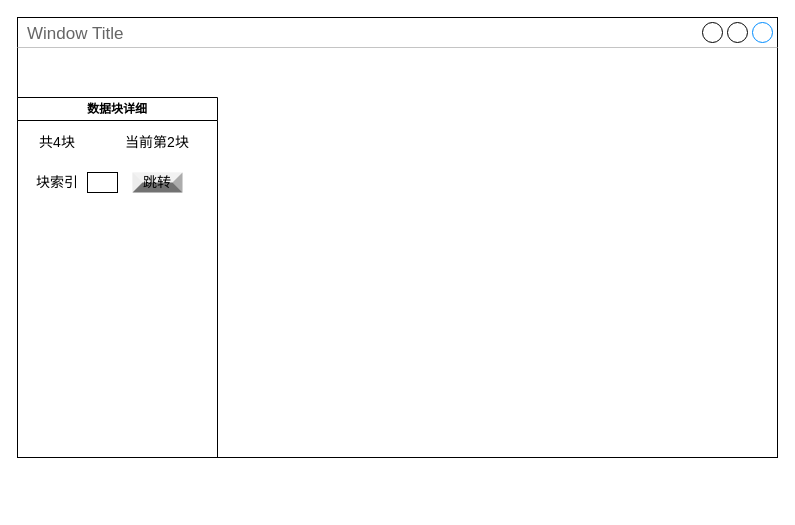
Above: 未命名绘图.drawio in LXX1029/process (draw.io), before the change. Source tidied: cells renumbered, new cells numbered last; positions are measured from the earlier drawing's top-left corner, leaving out a move shared by most shapes. Both pictures are drawn from the tidied source at 100%, with x=0, y=0 at pixel (17, 17).
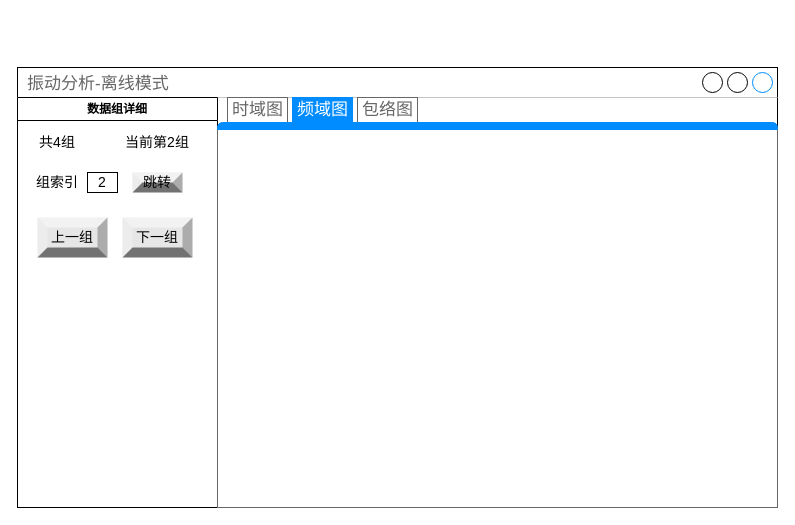
After the change.

Commit message:
更新未命名绘图.drawio

What changed in the source:
```diff
@@
 <mxGraphModel>
   <root>
     <mxCell id="0" />
     <mxCell id="1" parent="0" />
-    <mxCell id="2" value="Window Title" style="strokeWidth=1;shadow=0;dashed=0;align=center;html=1;shape=mxgraph.mockup.containers.window;align=left;verticalAlign=top;spacingLeft=8;strokeColor2=#008cff;strokeColor3=#c4c4c4;fontColor=#666666;mainText=;fontSize=17;labelBackgroundColor=none;" parent="1" vertex="1">
-      <mxGeometry width="760" height="440" as="geometry" />
+    <mxCell id="2" value="振动分析-离线模式" style="strokeWidth=1;shadow=0;dashed=0;align=center;html=1;shape=mxgraph.mockup.containers.window;align=left;verticalAlign=top;spacingLeft=8;strokeColor2=#008cff;strokeColor3=#c4c4c4;fontColor=#666666;mainText=;fontSize=17;labelBackgroundColor=none;" parent="1" vertex="1">
+      <mxGeometry y="50" width="760" height="440" as="geometry" />
     </mxCell>
-    <mxCell id="3" value="数据块详细" style="swimlane;whiteSpace=wrap;html=1;startSize=23;" parent="1" vertex="1">
-      <mxGeometry y="80" width="200" height="360" as="geometry" />
+    <mxCell id="3" value="数据组详细" style="swimlane;whiteSpace=wrap;html=1;startSize=23;" parent="1" vertex="1">
+      <mxGeometry y="80" width="200" height="410" as="geometry" />
     </mxCell>
-    <mxCell id="4" value="当前第2块" style="text;html=1;strokeColor=none;fillColor=none;align=center;verticalAlign=middle;whiteSpace=wrap;rounded=0;fontSize=14;" parent="3" vertex="1">
+    <mxCell id="4" value="当前第2组" style="text;html=1;strokeColor=none;fillColor=none;align=center;verticalAlign=middle;whiteSpace=wrap;rounded=0;fontSize=14;" parent="3" vertex="1">
       <mxGeometry x="90" y="30" width="100" height="30" as="geometry" />
     </mxCell>
     <mxCell id="5" value="跳转" style="labelPosition=center;verticalLabelPosition=middle;align=center;html=1;shape=mxgraph.basic.shaded_button;dx=10;fillColor=#E6E6E6;strokeColor=none;whiteSpace=wrap;fontSize=14;" parent="3" vertex="1">
       <mxGeometry x="115" y="75" width="50" height="20" as="geometry" />
     </mxCell>
+    <mxCell id="9" value="上一组" style="labelPosition=center;verticalLabelPosition=middle;align=center;html=1;shape=mxgraph.basic.shaded_button;dx=10;fillColor=#E6E6E6;strokeColor=none;whiteSpace=wrap;fontSize=14;" parent="3" vertex="1">
+      <mxGeometry x="20" y="120" width="70" height="40" as="geometry" />
+    </mxCell>
+    <mxCell id="10" value="下一组" style="labelPosition=center;verticalLabelPosition=middle;align=center;html=1;shape=mxgraph.basic.shaded_button;dx=10;fillColor=#E6E6E6;strokeColor=none;whiteSpace=wrap;fontSize=14;" parent="3" vertex="1">
+      <mxGeometry x="105" y="120" width="70" height="40" as="geometry" />
+    </mxCell>
-    <mxCell id="6" value="共4块" style="text;html=1;strokeColor=none;fillColor=none;align=center;verticalAlign=middle;whiteSpace=wrap;rounded=0;fontSize=14;" parent="1" vertex="1">
-      <mxGeometry x="10" y="110" width="60" height="30" as="geometry" />
+    <mxCell id="6" value="共4组" style="text;html=1;strokeColor=none;fillColor=none;align=center;verticalAlign=middle;whiteSpace=wrap;rounded=0;fontSize=14;" parent="3" vertex="1">
+      <mxGeometry x="10" y="30" width="60" height="30" as="geometry" />
     </mxCell>
+    <mxCell id="8" value="2" style="rounded=0;whiteSpace=wrap;html=1;fontSize=14;" parent="3" vertex="1">
+      <mxGeometry x="70" y="75" width="30" height="20" as="geometry" />
+    </mxCell>
-    <mxCell id="7" value="块索引" style="text;html=1;strokeColor=none;fillColor=none;align=center;verticalAlign=middle;whiteSpace=wrap;rounded=0;fontSize=14;" parent="1" vertex="1">
+    <mxCell id="7" value="组索引" style="text;html=1;strokeColor=none;fillColor=none;align=center;verticalAlign=middle;whiteSpace=wrap;rounded=0;fontSize=14;" parent="1" vertex="1">
       <mxGeometry x="10" y="150" width="60" height="30" as="geometry" />
     </mxCell>
-    <mxCell id="8" style="rounded=0;whiteSpace=wrap;html=1;fontSize=14;" parent="1" vertex="1">
-      <mxGeometry x="70" y="155" width="30" height="20" as="geometry" />
-    </mxCell>
+    <mxCell id="11" style="strokeWidth=1;shadow=0;dashed=0;align=center;html=1;shape=mxgraph.mockup.containers.marginRect2;rectMarginTop=32;strokeColor=#666666;gradientColor=none;fontSize=14;" parent="1" vertex="1">
+      <mxGeometry x="200" y="80" width="560" height="410" as="geometry" />
+    </mxCell>
+    <mxCell id="12" value="时域图" style="strokeColor=inherit;fillColor=inherit;gradientColor=inherit;strokeWidth=1;shadow=0;dashed=0;align=center;html=1;shape=mxgraph.mockup.containers.rrect;rSize=0;fontSize=17;fontColor=#666666;gradientColor=none;" parent="11" vertex="1">
+      <mxGeometry width="60" height="25" relative="1" as="geometry">
+        <mxPoint x="10" as="offset" />
+      </mxGeometry>
+    </mxCell>
+    <mxCell id="13" value="频域图" style="strokeWidth=1;shadow=0;dashed=0;align=center;html=1;shape=mxgraph.mockup.containers.rrect;rSize=0;fontSize=17;fontColor=#ffffff;strokeColor=#008cff;fillColor=#008cff;" parent="11" vertex="1">
+      <mxGeometry width="60" height="25" relative="1" as="geometry">
+        <mxPoint x="75" as="offset" />
+      </mxGeometry>
+    </mxCell>
+    <mxCell id="14" value="包络图" style="strokeColor=inherit;fillColor=inherit;gradientColor=inherit;strokeWidth=1;shadow=0;dashed=0;align=center;html=1;shape=mxgraph.mockup.containers.rrect;rSize=0;fontSize=17;fontColor=#666666;gradientColor=none;" parent="11" vertex="1">
+      <mxGeometry width="60" height="25" relative="1" as="geometry">
+        <mxPoint x="140" as="offset" />
+      </mxGeometry>
+    </mxCell>
+    <mxCell id="15" style="strokeWidth=1;shadow=0;dashed=0;align=center;html=1;shape=mxgraph.mockup.containers.topButton;rSize=5;strokeColor=#008cff;fillColor=#008cff;gradientColor=none;fontSize=14;" parent="11" vertex="1">
+      <mxGeometry width="560" height="7" relative="1" as="geometry">
+        <mxPoint y="25" as="offset" />
+      </mxGeometry>
+    </mxCell>
   </root>
 </mxGraphModel>
```
